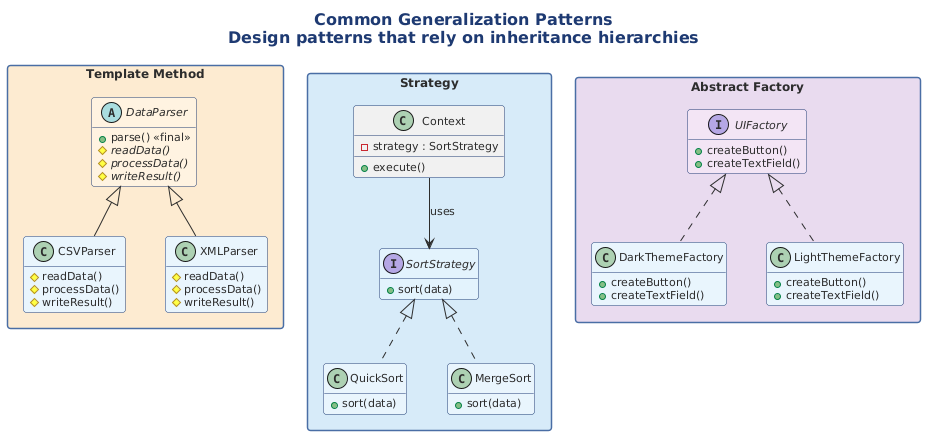
Notoriousjayy/latex-docs keeps this PlantUML diagram as src/architecture/views-and-beyond/style-catalogs/module/generalization-style/png/common-generalization-patterns-design.png. Above is the earlier version. Its diagram source:
```plantuml
@startuml
skinparam nodesep 40
!include ../../../../../../tooling/styles/plantuml/structural/class-diagram-style.iuml

skinparam ranksep 35

title **Common Generalization Patterns**\nDesign patterns that rely on inheritance hierarchies

package "Template Method" #FDEBD0 {
  abstract class "DataParser" as dp #FFF3E0 {
    + parse() <<final>>
    {abstract} # readData()
    {abstract} # processData()
    {abstract} # writeResult()
  }
  class "CSVParser" as csv #E8F4FD {
    # readData()
    # processData()
    # writeResult()
  }
  class "XMLParser" as xml #E8F4FD {
    # readData()
    # processData()
    # writeResult()
  }
  dp <|-- csv
  dp <|-- xml
}

package "Strategy" #D6EAF8 {
  interface "SortStrategy" as ss #E3F2FD {
    + sort(data)
  }
  class "QuickSort" as qs #E8F4FD {
    + sort(data)
  }
  class "MergeSort" as ms #E8F4FD {
    + sort(data)
  }
  class "Context" as ctx #F0F0F0 {
    - strategy : SortStrategy
    + execute()
  }
  ss <|.. qs
  ss <|.. ms
  ctx --> ss : uses
}

package "Abstract Factory" #E8DAEF {
  interface "UIFactory" as uif #F3E5F5 {
    + createButton()
    + createTextField()
  }
  class "DarkThemeFactory" as dtf #E8F4FD {
    + createButton()
    + createTextField()
  }
  class "LightThemeFactory" as ltf #E8F4FD {
    + createButton()
    + createTextField()
  }
  uif <|.. dtf
  uif <|.. ltf
}

@enduml
```
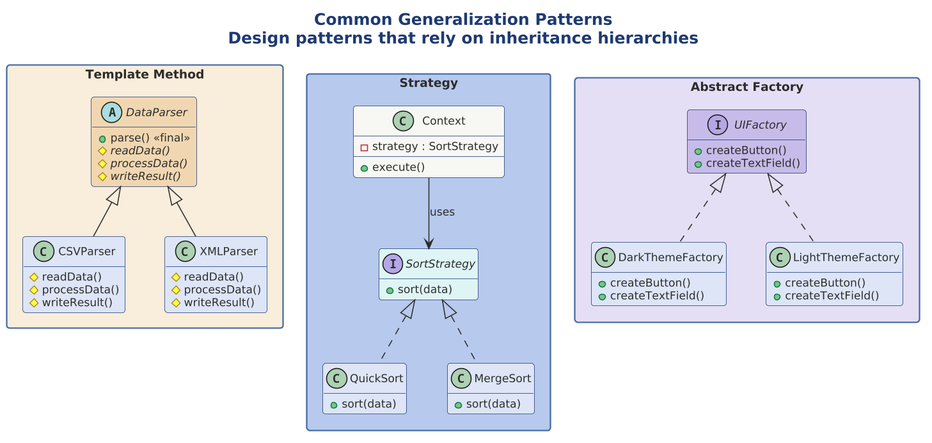
Later version of the same file.

What changed in the source:
```diff
@@ -1,4 +1,9 @@
 @startuml
+
+skinparam dpi 150
+
+
+
 skinparam nodesep 40
 !include ../../../../../../tooling/styles/plantuml/structural/class-diagram-style.iuml
 
@@ -6,19 +11,19 @@
 
 title **Common Generalization Patterns**\nDesign patterns that rely on inheritance hierarchies
 
-package "Template Method" #FDEBD0 {
-  abstract class "DataParser" as dp #FFF3E0 {
+package "Template Method" $fill_caution {
+  abstract class "DataParser" as dp $deep_caution {
     + parse() <<final>>
     {abstract} # readData()
     {abstract} # processData()
     {abstract} # writeResult()
   }
-  class "CSVParser" as csv #E8F4FD {
+  class "CSVParser" as csv $fill_primary {
     # readData()
     # processData()
     # writeResult()
   }
-  class "XMLParser" as xml #E8F4FD {
+  class "XMLParser" as xml $fill_primary {
     # readData()
     # processData()
     # writeResult()
@@ -27,17 +32,17 @@
   dp <|-- xml
 }
 
-package "Strategy" #D6EAF8 {
-  interface "SortStrategy" as ss #E3F2FD {
+package "Strategy" $deep_primary {
+  interface "SortStrategy" as ss $fill_dynamic {
     + sort(data)
   }
-  class "QuickSort" as qs #E8F4FD {
+  class "QuickSort" as qs $fill_primary {
     + sort(data)
   }
-  class "MergeSort" as ms #E8F4FD {
+  class "MergeSort" as ms $fill_primary {
     + sort(data)
   }
-  class "Context" as ctx #F0F0F0 {
+  class "Context" as ctx $theme_surface {
     - strategy : SortStrategy
     + execute()
   }
@@ -46,16 +51,16 @@
   ctx --> ss : uses
 }
 
-package "Abstract Factory" #E8DAEF {
-  interface "UIFactory" as uif #F3E5F5 {
+package "Abstract Factory" $fill_alt {
+  interface "UIFactory" as uif $deep_alt {
     + createButton()
     + createTextField()
   }
-  class "DarkThemeFactory" as dtf #E8F4FD {
+  class "DarkThemeFactory" as dtf $fill_primary {
     + createButton()
     + createTextField()
   }
-  class "LightThemeFactory" as ltf #E8F4FD {
+  class "LightThemeFactory" as ltf $fill_primary {
     + createButton()
     + createTextField()
   }
```
